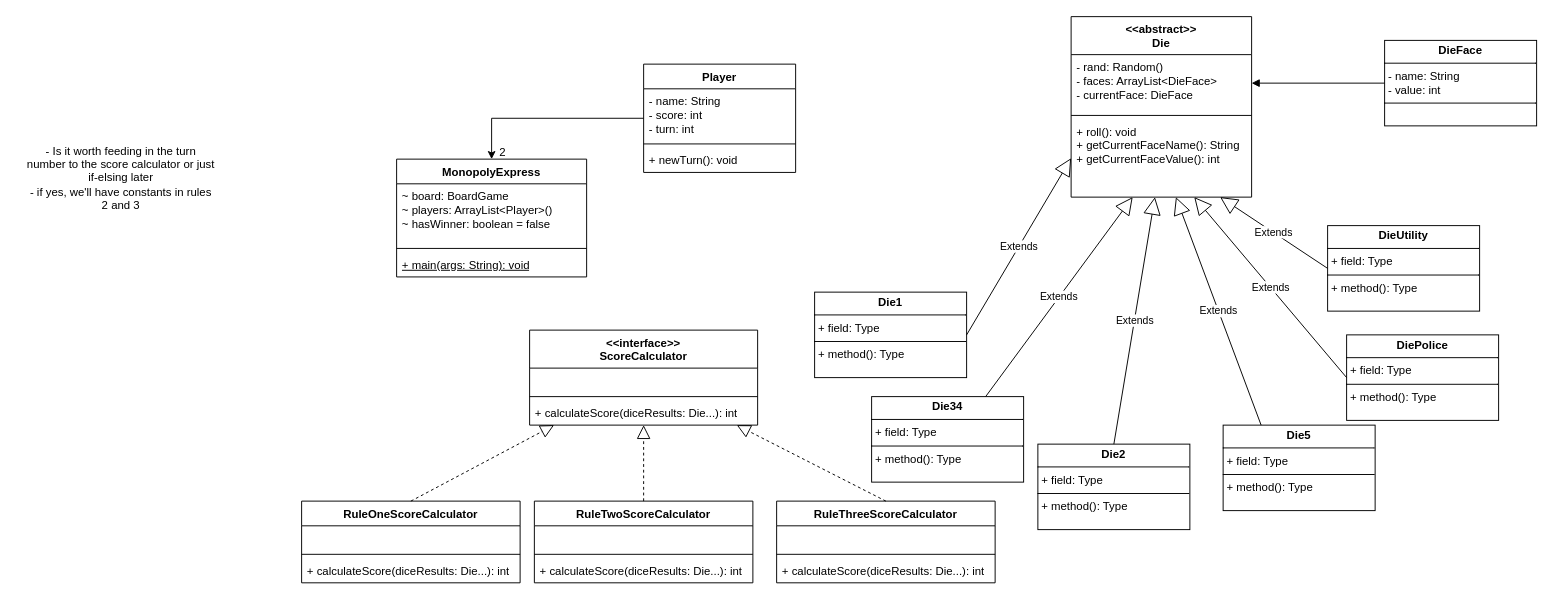
Earlier version of the draw.io diagram workshop9-week10.drawio (antonykimuom/SWEN30006-2025-SM1-workshop1-tuew05-14-00-team-12). Source tidied: cells renumbered, new cells numbered last; positions are measured from the earlier drawing's top-left corner, leaving out a move shared by most shapes. Both pictures are drawn from the tidied source at 95%, with x=0, y=0 at pixel (26, 16).
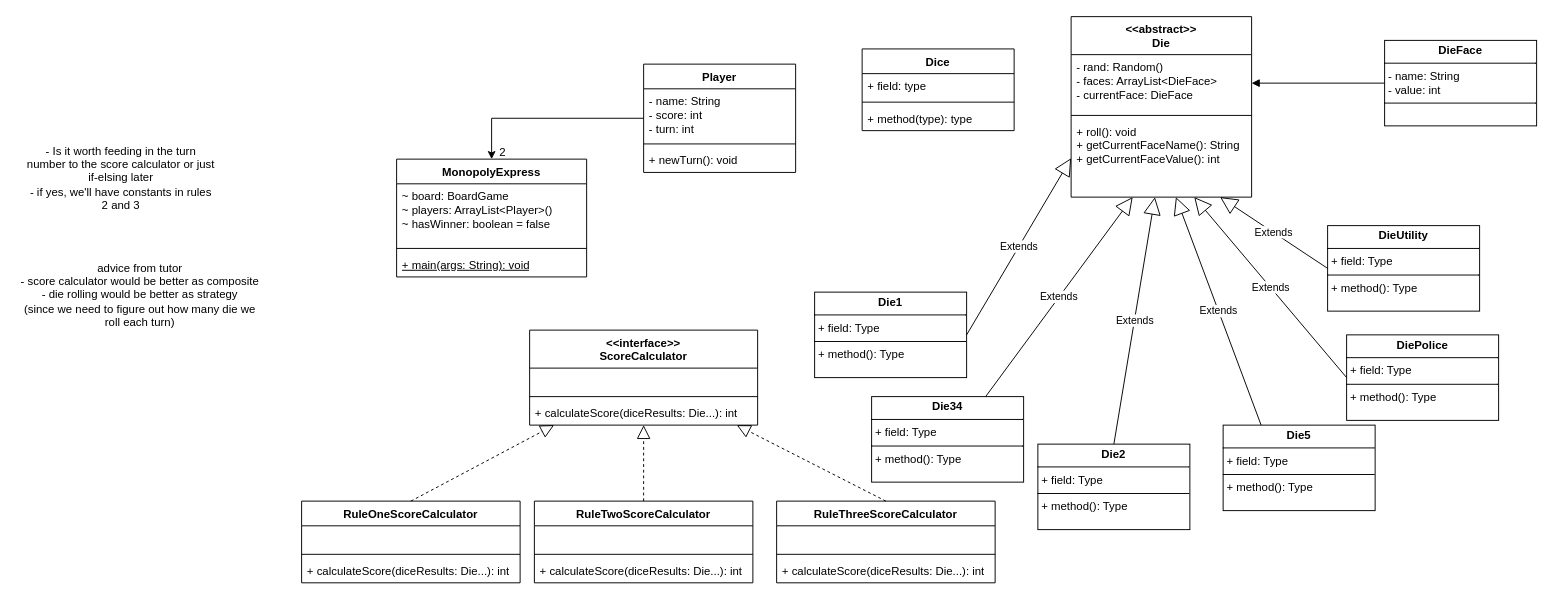
After the change.

Commit message:
added advice fron tutor (thanks girl)

What changed in the source:
```diff
@@
+    <mxCell id="50" value="Dice" style="swimlane;fontStyle=1;align=center;verticalAlign=top;horizontal=1;startSize=26;whiteSpace=wrap;html=1;" parent="1" vertex="1">
+      <mxGeometry x="880" y="34" width="160" height="86" as="geometry" />
+    </mxCell>
+    <mxCell id="51" value="+ field: type" style="text;strokeColor=none;fillColor=none;align=left;verticalAlign=top;spacingLeft=4;spacingRight=4;overflow=hidden;whiteSpace=wrap;html=1;" parent="50" vertex="1">
+      <mxGeometry y="26" width="160" height="26" as="geometry" />
+    </mxCell>
+    <mxCell id="52" style="line;strokeWidth=1;fillColor=none;align=left;verticalAlign=middle;spacingTop=-1;spacingLeft=3;spacingRight=3;labelPosition=right;strokeColor=inherit;" parent="50" vertex="1">
+      <mxGeometry y="52" width="160" height="8" as="geometry" />
+    </mxCell>
+    <mxCell id="53" value="+ method(type): type" style="text;strokeColor=none;fillColor=none;align=left;verticalAlign=top;spacingLeft=4;spacingRight=4;overflow=hidden;whiteSpace=wrap;html=1;" parent="50" vertex="1">
+      <mxGeometry y="60" width="160" height="26" as="geometry" />
+    </mxCell>
+    <mxCell id="54" value="advice from tutor&lt;div&gt;- score calculator would be better as composite&lt;/div&gt;&lt;div&gt;- die rolling would be better as strategy&lt;/div&gt;&lt;div&gt;(since we need to figure out how many die we roll each turn)&lt;/div&gt;" style="text;html=1;align=center;verticalAlign=middle;whiteSpace=wrap;rounded=0;" parent="1" vertex="1">
+      <mxGeometry x="-10" y="265" width="260" height="55" as="geometry" />
+    </mxCell>
```
